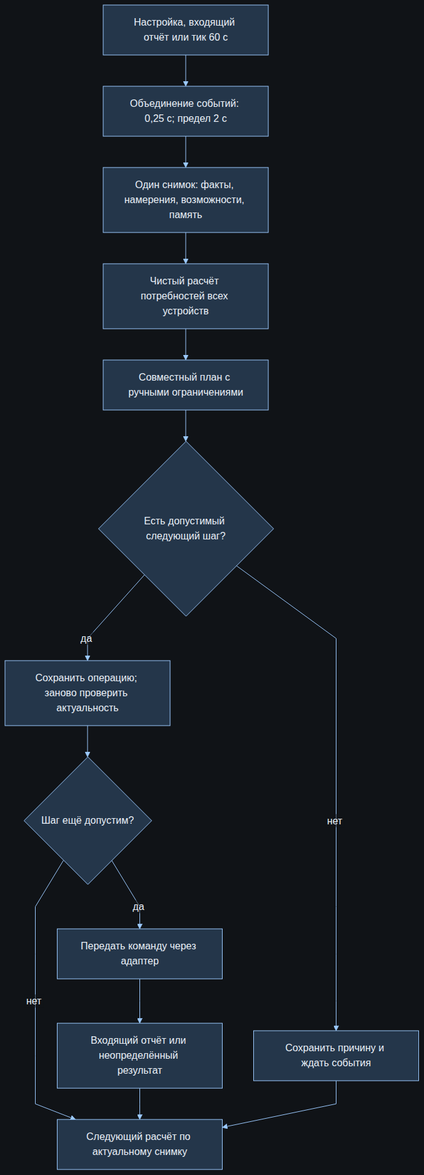
The Mermaid diagram docs/diagrams/01-overview.png in nd4y/ha-material3, before a commit. Its source is kept beside it as docs/diagrams/01-overview.mmd.
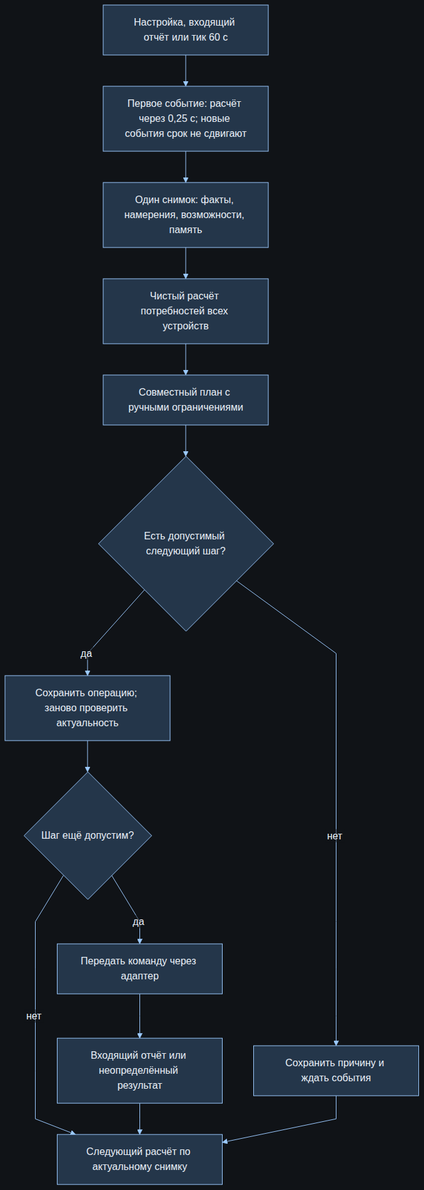
After the change.

What changed in the source:
```diff
@@ -1,5 +1,5 @@
 flowchart TD
-  E["Настройка, входящий отчёт или тик 60 с"] --> Q["Объединение событий: 0,25 с; предел 2 с"]
+  E["Настройка, входящий отчёт или тик 60 с"] --> Q["Первое событие: расчёт через 0,25 с; новые события срок не сдвигают"]
   Q --> S["Один снимок: факты, намерения, возможности, память"]
   S --> P["Чистый расчёт потребностей всех устройств"]
   P --> J["Совместный план с ручными ограничениями"]
```
